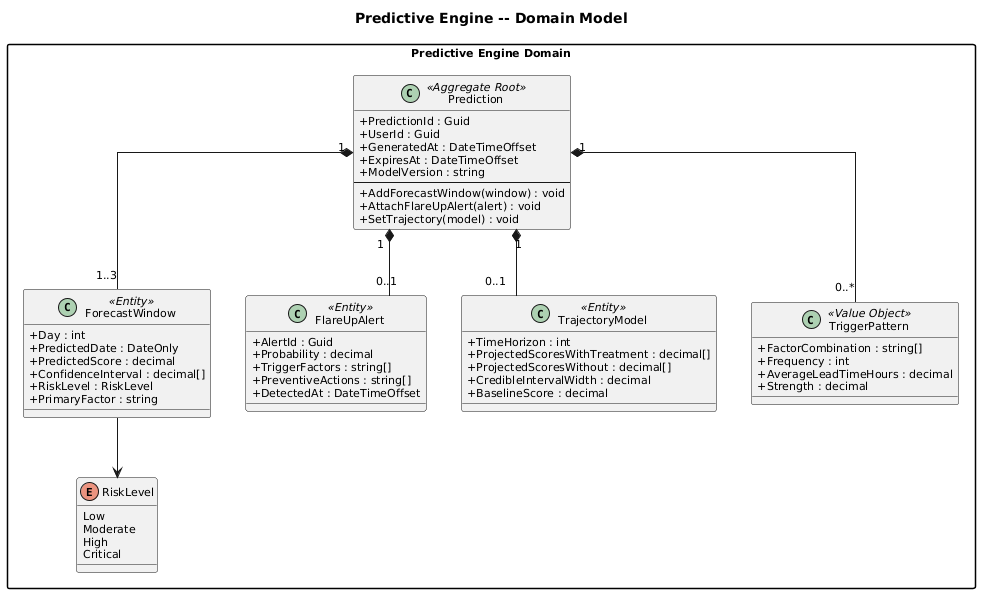
Earlier version of the PlantUML export docs/detailed-design/06-predictive-engine/class-domain-model.png (QuinntyneBrown/ClearEyeQ). Source of this version:
```plantuml
@startuml
skinparam defaultFontSize 11
skinparam classAttributeIconSize 0
skinparam linetype ortho
skinparam packageStyle rectangle

title Predictive Engine -- Domain Model

package "Predictive Engine Domain" {

    enum RiskLevel {
        Low
        Moderate
        High
        Critical
    }

    class Prediction <<Aggregate Root>> {
        +PredictionId : Guid
        +UserId : Guid
        +GeneratedAt : DateTimeOffset
        +ExpiresAt : DateTimeOffset
        +ModelVersion : string
        --
        +AddForecastWindow(window) : void
        +AttachFlareUpAlert(alert) : void
        +SetTrajectory(model) : void
    }

    class ForecastWindow <<Entity>> {
        +Day : int
        +PredictedDate : DateOnly
        +PredictedScore : decimal
        +ConfidenceInterval : decimal[]
        +RiskLevel : RiskLevel
        +PrimaryFactor : string
    }

    class FlareUpAlert <<Entity>> {
        +AlertId : Guid
        +Probability : decimal
        +TriggerFactors : string[]
        +PreventiveActions : string[]
        +DetectedAt : DateTimeOffset
    }

    class TrajectoryModel <<Entity>> {
        +TimeHorizon : int
        +ProjectedScoresWithTreatment : decimal[]
        +ProjectedScoresWithout : decimal[]
        +CredibleIntervalWidth : decimal
        +BaselineScore : decimal
    }

    class TriggerPattern <<Value Object>> {
        +FactorCombination : string[]
        +Frequency : int
        +AverageLeadTimeHours : decimal
        +Strength : decimal
    }
}

Prediction "1" *-- "1..3" ForecastWindow
Prediction "1" *-- "0..1" FlareUpAlert
Prediction "1" *-- "0..1" TrajectoryModel
Prediction "1" *-- "0..*" TriggerPattern
ForecastWindow --> RiskLevel
@enduml
```
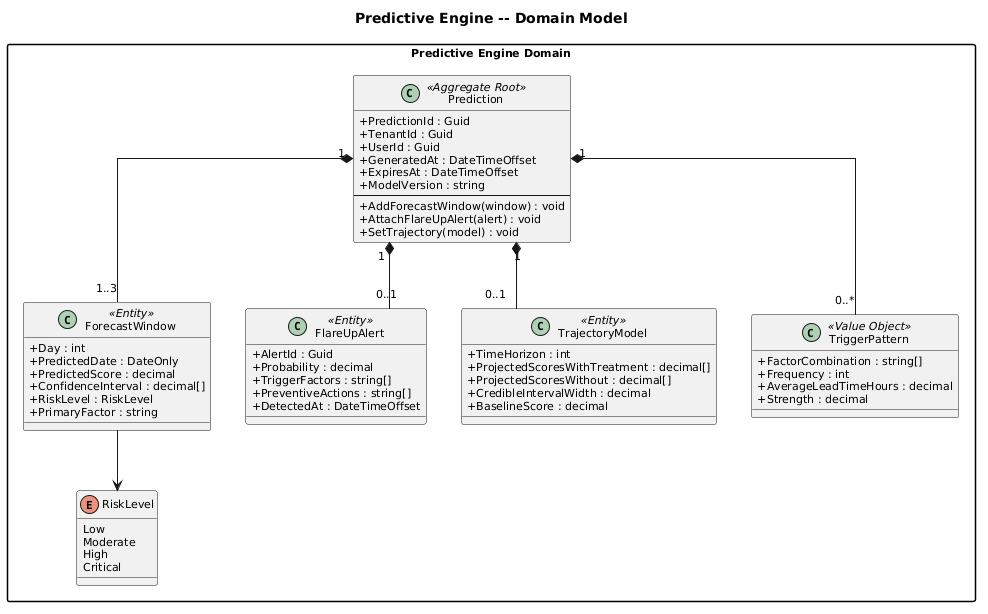
Above is the later version.

What changed in the source:
```diff
@@ -17,6 +17,7 @@
 
     class Prediction <<Aggregate Root>> {
         +PredictionId : Guid
+        +TenantId : Guid
         +UserId : Guid
         +GeneratedAt : DateTimeOffset
         +ExpiresAt : DateTimeOffset
```
